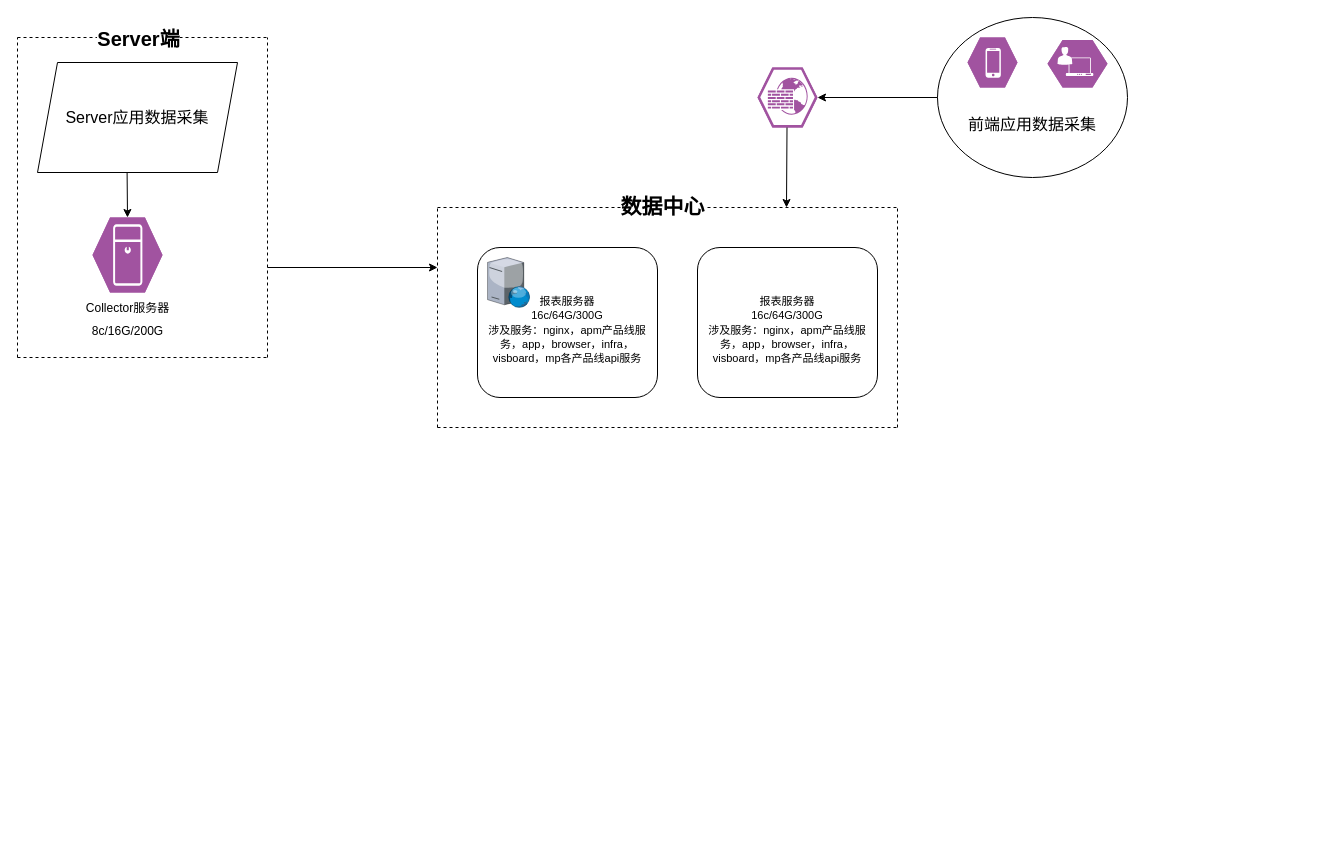
This is 联合利华.drawio from zeng0550/free-programming-books, a draw.io file, before an edit. Source tidied: cells renumbered, new cells numbered last; positions are measured from the earlier drawing's top-left corner, leaving out a move shared by most shapes. Both pictures are drawn from the tidied source at 100%, with x=0, y=0 at pixel (17, 17).
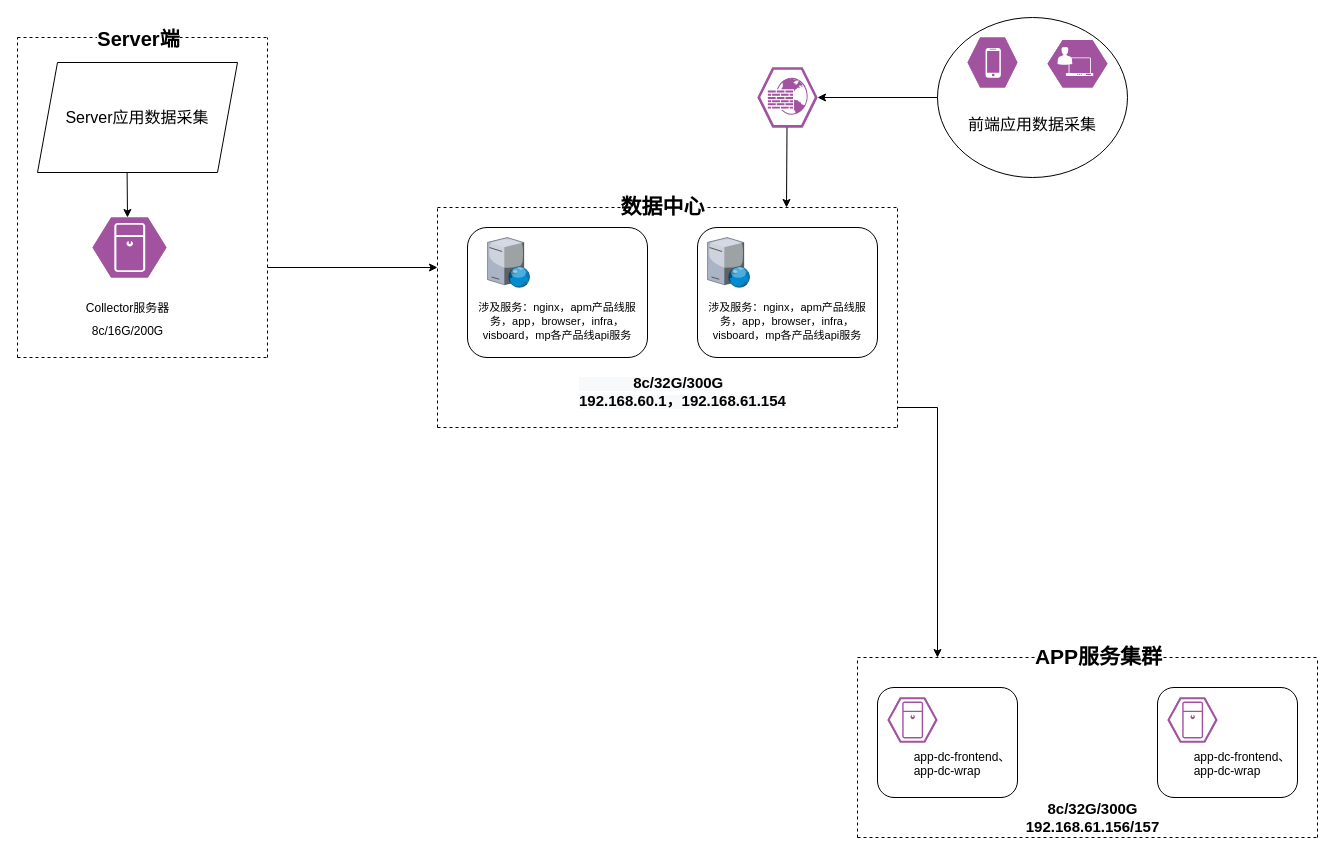
After the change.

Commit message:
更新联合利华.drawio

The edit, as a diff of the source:
```diff
@@
-    <mxCell id="2" value="&lt;font style=&quot;font-size: 11px;&quot;&gt;&lt;br style=&quot;font-size: 11px;&quot;&gt;&lt;font style=&quot;font-size: 11px;&quot;&gt;&lt;font style=&quot;font-size: 11px;&quot;&gt;报表服务器&lt;br style=&quot;font-size: 11px;&quot;&gt;16c/64G/300G&lt;br style=&quot;font-size: 11px;&quot;&gt;涉及服务&lt;/font&gt;&lt;span style=&quot;font-size: 11px;&quot;&gt;：nginx，apm产品线服务，app，browser，infra，visboard，mp各产品线api服务&lt;/span&gt;&lt;/font&gt;&lt;/font&gt;" style="rounded=1;whiteSpace=wrap;html=1;" parent="1" vertex="1">
-      <mxGeometry x="460" y="230" width="180" height="150" as="geometry" />
+    <mxCell id="2" value="&lt;font style=&quot;font-size: 11px;&quot;&gt;&lt;br&gt;&lt;br&gt;&lt;br style=&quot;font-size: 11px;&quot;&gt;&lt;font style=&quot;font-size: 11px;&quot;&gt;&lt;font style=&quot;font-size: 11px;&quot;&gt;&lt;br style=&quot;font-size: 11px;&quot;&gt;涉及服务&lt;/font&gt;&lt;span style=&quot;font-size: 11px;&quot;&gt;：nginx，apm产品线服务，app，browser，infra，visboard，mp各产品线api服务&lt;/span&gt;&lt;/font&gt;&lt;/font&gt;" style="rounded=1;whiteSpace=wrap;html=1;" parent="1" vertex="1">
+      <mxGeometry x="450" y="210" width="180" height="130" as="geometry" />
     </mxCell>
     <mxCell id="3" style="verticalLabelPosition=bottom;sketch=0;html=1;verticalAlign=top;strokeColor=none;align=center;shape=mxgraph.citrix.web_server;" parent="1" vertex="1">
-      <mxGeometry x="470" y="240" width="42.5" height="50" as="geometry" />
+      <mxGeometry x="470" y="220" width="42.5" height="50" as="geometry" />
     </mxCell>
@@
     <mxCell id="13" style="verticalLabelPosition=bottom;sketch=0;html=1;fillColor=#A153A0;strokeColor=#ffffff;verticalAlign=top;align=center;shape=mxgraph.cisco_safe.compositeIcon;bgIcon=mxgraph.cisco_safe.design.blank_device;resIcon=mxgraph.cisco_safe.design.server_2;fontSize=19;" parent="1" vertex="1">
-      <mxGeometry x="75" y="200" width="70" height="75" as="geometry" />
+      <mxGeometry x="75" y="200" width="74" height="60" as="geometry" />
     </mxCell>
@@
-    <mxCell id="22" value="&lt;font style=&quot;font-size: 11px;&quot;&gt;&lt;br style=&quot;font-size: 11px;&quot;&gt;&lt;font style=&quot;font-size: 11px;&quot;&gt;&lt;font style=&quot;font-size: 11px;&quot;&gt;报表服务器&lt;br style=&quot;font-size: 11px;&quot;&gt;16c/64G/300G&lt;br style=&quot;font-size: 11px;&quot;&gt;涉及服务&lt;/font&gt;&lt;span style=&quot;font-size: 11px;&quot;&gt;：nginx，apm产品线服务，app，browser，infra，visboard，mp各产品线api服务&lt;/span&gt;&lt;/font&gt;&lt;/font&gt;" style="rounded=1;whiteSpace=wrap;html=1;" parent="1" vertex="1">
-      <mxGeometry x="680" y="230" width="180" height="150" as="geometry" />
+    <mxCell id="22" value="&lt;font style=&quot;font-size: 11px;&quot;&gt;&lt;font style=&quot;font-size: 11px;&quot;&gt;&lt;font style=&quot;font-size: 11px;&quot;&gt;&lt;br&gt;&lt;br&gt;&lt;br&gt;&lt;br style=&quot;font-size: 11px;&quot;&gt;涉及服务&lt;/font&gt;&lt;span style=&quot;font-size: 11px;&quot;&gt;：nginx，apm产品线服务，app，browser，infra，visboard，mp各产品线api服务&lt;/span&gt;&lt;/font&gt;&lt;/font&gt;" style="rounded=1;whiteSpace=wrap;html=1;" parent="1" vertex="1">
+      <mxGeometry x="680" y="210" width="180" height="130" as="geometry" />
     </mxCell>
@@
+    <mxCell id="26" style="verticalLabelPosition=bottom;sketch=0;html=1;verticalAlign=top;strokeColor=none;align=center;shape=mxgraph.citrix.web_server;" parent="1" vertex="1">
+      <mxGeometry x="690" y="220" width="42.5" height="50" as="geometry" />
+    </mxCell>
+    <mxCell id="27" style="endArrow=none;dashed=1;html=1;rounded=0;fontSize=11;" parent="1" edge="1">
+      <mxGeometry relative="1" as="geometry">
+        <mxPoint x="840" y="640" as="sourcePoint" />
+        <mxPoint x="1300" y="640" as="targetPoint" />
+      </mxGeometry>
+    </mxCell>
+    <mxCell id="28" value="&lt;span style=&quot;font-size: 21px;&quot;&gt;&lt;b&gt;APP服务集群&lt;/b&gt;&lt;/span&gt;" style="edgeLabel;html=1;align=center;verticalAlign=middle;fontSize=14;" parent="27" vertex="1">
+      <mxGeometry x="0.06" y="2" relative="1" as="geometry">
+        <mxPoint x="-4" as="offset" />
+      </mxGeometry>
+    </mxCell>
+    <mxCell id="29" style="endArrow=none;dashed=1;html=1;rounded=0;fontSize=11;" parent="1" edge="1">
+      <mxGeometry relative="1" as="geometry">
+        <mxPoint x="840" y="820" as="sourcePoint" />
+        <mxPoint x="1300" y="820" as="targetPoint" />
+      </mxGeometry>
+    </mxCell>
+    <mxCell id="30" style="endArrow=none;dashed=1;html=1;rounded=0;fontSize=11;" parent="1" edge="1">
+      <mxGeometry relative="1" as="geometry">
+        <mxPoint x="840" y="820" as="sourcePoint" />
+        <mxPoint x="840" y="640" as="targetPoint" />
+      </mxGeometry>
+    </mxCell>
+    <mxCell id="31" style="endArrow=none;dashed=1;html=1;rounded=0;fontSize=11;" parent="1" edge="1">
+      <mxGeometry relative="1" as="geometry">
+        <mxPoint x="1300" y="820" as="sourcePoint" />
+        <mxPoint x="1300" y="640" as="targetPoint" />
+      </mxGeometry>
+    </mxCell>
+    <mxCell id="32" value="&lt;font style=&quot;font-size: 12px;&quot;&gt;&amp;nbsp; &amp;nbsp; &amp;nbsp;&lt;br&gt;&lt;br&gt;&amp;nbsp; &amp;nbsp; &amp;nbsp; &lt;br&gt;&amp;nbsp; &amp;nbsp; &amp;nbsp; &amp;nbsp; &amp;nbsp;app-dc-frontend、&lt;br&gt;app-dc-wrap&lt;/font&gt;" style="rounded=1;whiteSpace=wrap;html=1;" parent="1" vertex="1">
+      <mxGeometry x="860" y="670" width="140" height="110" as="geometry" />
+    </mxCell>
+    <mxCell id="33" style="verticalLabelPosition=bottom;sketch=0;html=1;fillColor=#A153A0;strokeColor=#ffffff;verticalAlign=top;align=center;shape=mxgraph.cisco_safe.compositeIcon;bgIcon=mxgraph.cisco_safe.design.blank_device;resIcon=mxgraph.cisco_safe.design.server_4;" parent="1" vertex="1">
+      <mxGeometry x="870" y="680" width="50" height="45" as="geometry" />
+    </mxCell>
+    <mxCell id="34" value="&lt;font style=&quot;font-size: 12px;&quot;&gt;&amp;nbsp; &amp;nbsp; &amp;nbsp;&lt;br&gt;&lt;br&gt;&amp;nbsp; &amp;nbsp; &amp;nbsp; &lt;br&gt;&amp;nbsp; &amp;nbsp; &amp;nbsp; &amp;nbsp; &amp;nbsp;app-dc-frontend、&lt;br&gt;app-dc-wrap&lt;/font&gt;" style="rounded=1;whiteSpace=wrap;html=1;" parent="1" vertex="1">
+      <mxGeometry x="1140" y="670" width="140" height="110" as="geometry" />
+    </mxCell>
+    <mxCell id="35" style="verticalLabelPosition=bottom;sketch=0;html=1;fillColor=#A153A0;strokeColor=#ffffff;verticalAlign=top;align=center;shape=mxgraph.cisco_safe.compositeIcon;bgIcon=mxgraph.cisco_safe.design.blank_device;resIcon=mxgraph.cisco_safe.design.server_4;" parent="1" vertex="1">
+      <mxGeometry x="1150" y="680" width="50" height="45" as="geometry" />
+    </mxCell>
+    <mxCell id="36" value="&lt;b&gt;&lt;font style=&quot;font-size: 15px;&quot;&gt;8c/32G/300G&lt;br&gt;192.168.61.156/157&lt;br&gt;&lt;/font&gt;&lt;/b&gt;" style="text;html=1;align=center;verticalAlign=middle;strokeColor=none;fillColor=none;fontSize=12;" parent="1" vertex="1">
+      <mxGeometry x="1000" y="780" width="150" height="40" as="geometry" />
+    </mxCell>
+    <mxCell id="37" style="edgeStyle=segmentEdgeStyle;endArrow=classic;html=1;rounded=0;fontSize=15;" parent="1" edge="1">
+      <mxGeometry relative="1" as="geometry">
+        <mxPoint x="880" y="390" as="sourcePoint" />
+        <mxPoint x="920" y="640" as="targetPoint" />
+      </mxGeometry>
+    </mxCell>
+    <mxCell id="38" value="&lt;b style=&quot;color: rgb(0, 0, 0); font-family: Helvetica; font-size: 12px; font-style: normal; font-variant-ligatures: normal; font-variant-caps: normal; letter-spacing: normal; orphans: 2; text-align: center; text-indent: 0px; text-transform: none; widows: 2; word-spacing: 0px; -webkit-text-stroke-width: 0px; background-color: rgb(248, 249, 250); text-decoration-thickness: initial; text-decoration-style: initial; text-decoration-color: initial;&quot;&gt;&lt;font style=&quot;font-size: 15px;&quot;&gt;&amp;nbsp; &amp;nbsp; &amp;nbsp; &amp;nbsp; &amp;nbsp; &amp;nbsp; &amp;nbsp;8c/32G/300G&lt;br&gt;192.168.60.1，192.168.61.154&lt;/font&gt;&lt;/b&gt;" style="text;whiteSpace=wrap;html=1;fontSize=15;" parent="1" vertex="1">
+      <mxGeometry x="560" y="350" width="220" height="50" as="geometry" />
+    </mxCell>
```
